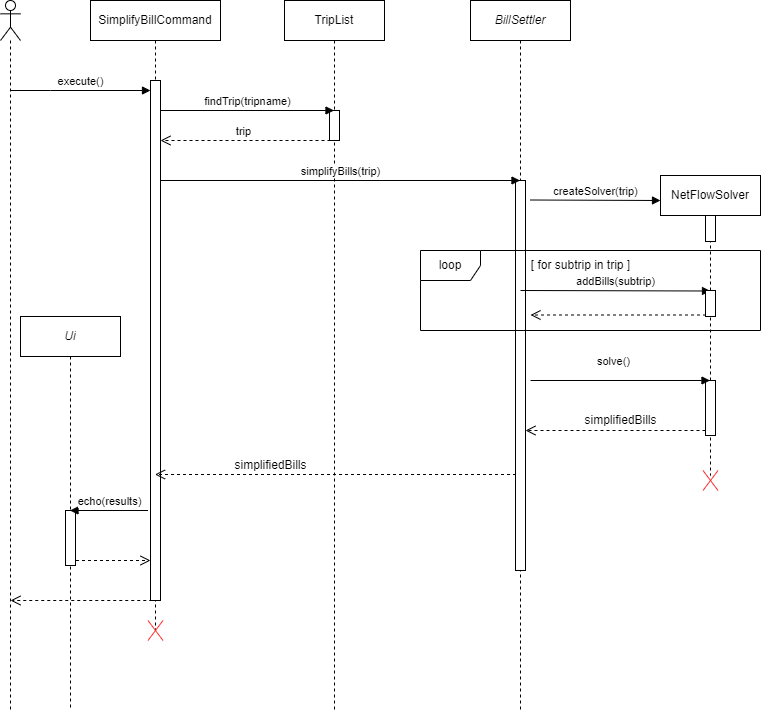
jthibault03/tp keeps this draw.io diagram as docs/diagrams/diag_simplify_bills.png. Above is the earlier version. Source tidied: cells renumbered, new cells last; positions are measured from the earlier drawing's top-left corner, leaving out a move shared by most shapes. Its diagram source:
```xml
<mxGraphModel>
  <root>
    <mxCell id="0" />
    <mxCell id="1" parent="0" />
    <mxCell id="2" value="TripList" style="shape=umlLifeline;perimeter=lifelinePerimeter;whiteSpace=wrap;html=1;outlineConnect=0;portConstraint=eastwest;newEdgeStyle={&quot;curved&quot;:0,&quot;rounded&quot;:0};" parent="1" vertex="1">
      <mxGeometry x="284" width="100" height="710" as="geometry" />
    </mxCell>
    <mxCell id="3" style="html=1;perimeter=orthogonalPerimeter;targetShapes=umlLifeline;newEdgeStyle={&quot;curved&quot;:0,&quot;rounded&quot;:0};" parent="2" vertex="1">
      <mxGeometry x="45" y="110" width="10" height="30" as="geometry" />
    </mxCell>
    <mxCell id="4" value="SimplifyBillCommand" style="shape=umlLifeline;perimeter=lifelinePerimeter;whiteSpace=wrap;html=1;outlineConnect=0;portConstraint=eastwest;newEdgeStyle={&quot;curved&quot;:0,&quot;rounded&quot;:0};" parent="1" vertex="1">
      <mxGeometry x="90" width="130" height="630" as="geometry" />
    </mxCell>
    <mxCell id="5" style="html=1;points=[[0,0,0,0,5],[0,1,0,0,-5],[1,0,0,0,5],[1,1,0,0,-5]];perimeter=orthogonalPerimeter;outlineConnect=0;targetShapes=umlLifeline;portConstraint=eastwest;newEdgeStyle={&quot;curved&quot;:0,&quot;rounded&quot;:0};" parent="4" vertex="1">
      <mxGeometry x="60" y="80" width="10" height="520" as="geometry" />
    </mxCell>
    <mxCell id="6" value="&lt;i&gt;BillSettler&lt;/i&gt;" style="shape=umlLifeline;perimeter=lifelinePerimeter;whiteSpace=wrap;html=1;newEdgeStyle={&quot;curved&quot;:0,&quot;rounded&quot;:0};" parent="1" vertex="1">
      <mxGeometry x="470" width="100" height="710" as="geometry" />
    </mxCell>
    <mxCell id="7" style="html=1;points=[[0,0,0,0,5],[0,1,0,0,-5],[1,0,0,0,5],[1,1,0,0,-5]];perimeter=orthogonalPerimeter;outlineConnect=0;targetShapes=umlLifeline;portConstraint=eastwest;newEdgeStyle={&quot;curved&quot;:0,&quot;rounded&quot;:0};" parent="6" vertex="1">
      <mxGeometry x="45" y="180" width="10" height="390" as="geometry" />
    </mxCell>
    <mxCell id="8" value="NetFlowSolver" style="shape=umlLifeline;perimeter=lifelinePerimeter;whiteSpace=wrap;html=1;outlineConnect=0;portConstraint=eastwest;newEdgeStyle={&quot;curved&quot;:0,&quot;rounded&quot;:0};" parent="1" vertex="1">
      <mxGeometry x="660" y="175" width="100" height="300" as="geometry" />
    </mxCell>
    <mxCell id="9" style="html=1;perimeter=orthogonalPerimeter;targetShapes=umlLifeline;newEdgeStyle={&quot;curved&quot;:0,&quot;rounded&quot;:0};" parent="8" vertex="1">
      <mxGeometry x="45" y="40" width="10" height="26" as="geometry" />
    </mxCell>
    <mxCell id="10" style="html=1;perimeter=orthogonalPerimeter;targetShapes=umlLifeline;newEdgeStyle={&quot;curved&quot;:0,&quot;rounded&quot;:0};" parent="8" vertex="1">
      <mxGeometry x="45" y="205" width="10" height="55" as="geometry" />
    </mxCell>
    <mxCell id="11" style="shape=umlLifeline;perimeter=lifelinePerimeter;whiteSpace=wrap;html=1;newEdgeStyle={&quot;curved&quot;:0,&quot;rounded&quot;:0};participant=umlActor;" parent="1" vertex="1">
      <mxGeometry width="20" height="710" as="geometry" />
    </mxCell>
    <mxCell id="12" value="execute()" style="html=1;verticalAlign=bottom;endArrow=block;curved=0;rounded=0;" parent="1" edge="1" target="5">
      <mxGeometry relative="1" as="geometry">
        <mxPoint x="10" y="90" as="sourcePoint" />
        <Array as="points">
          <mxPoint x="50" y="90" />
        </Array>
      </mxGeometry>
    </mxCell>
    <mxCell id="13" value="findTrip(tripname)" style="html=1;verticalAlign=bottom;endArrow=block;curved=0;rounded=0;" parent="1" edge="1" target="2">
      <mxGeometry relative="1" as="geometry">
        <mxPoint x="160" y="110" as="sourcePoint" />
      </mxGeometry>
    </mxCell>
    <mxCell id="14" value="trip" style="html=1;verticalAlign=bottom;endArrow=open;dashed=1;endSize=8;curved=0;rounded=0;" parent="1" edge="1">
      <mxGeometry x="0.03" relative="1" as="geometry">
        <mxPoint x="330" y="140" as="sourcePoint" />
        <mxPoint x="160" y="140" as="targetPoint" />
        <Array as="points">
          <mxPoint x="260" y="140" />
        </Array>
      </mxGeometry>
    </mxCell>
    <mxCell id="15" value="simplifyBills(trip)" style="html=1;verticalAlign=bottom;endArrow=block;curved=0;rounded=0;" parent="1" edge="1">
      <mxGeometry relative="1" as="geometry">
        <mxPoint x="160" y="180" as="sourcePoint" />
        <mxPoint x="519.5" y="180" as="targetPoint" />
      </mxGeometry>
    </mxCell>
    <mxCell id="16" value="createSolver(trip)" style="html=1;verticalAlign=bottom;endArrow=block;curved=0;rounded=0;" parent="1" edge="1">
      <mxGeometry relative="1" as="geometry">
        <mxPoint x="530" y="199.5" as="sourcePoint" />
        <mxPoint x="660" y="200" as="targetPoint" />
      </mxGeometry>
    </mxCell>
    <mxCell id="17" value="loop" style="shape=umlFrame;whiteSpace=wrap;html=1;" parent="1" vertex="1">
      <mxGeometry x="420" y="250" width="340" height="80" as="geometry" />
    </mxCell>
    <mxCell id="18" value="[ for subtrip in trip ]" style="text;html=1;align=center;verticalAlign=middle;strokeColor=none;fillColor=none;" parent="1" vertex="1">
      <mxGeometry x="520" y="250" width="120" height="30" as="geometry" />
    </mxCell>
    <mxCell id="19" value="addBills(subtrip)" style="html=1;verticalAlign=bottom;endArrow=block;curved=0;rounded=0;" parent="1" edge="1">
      <mxGeometry relative="1" as="geometry">
        <mxPoint x="520" y="290" as="sourcePoint" />
        <mxPoint x="710" y="290.5" as="targetPoint" />
      </mxGeometry>
    </mxCell>
    <mxCell id="20" style="html=1;perimeter=orthogonalPerimeter;targetShapes=umlLifeline;newEdgeStyle={&quot;curved&quot;:0,&quot;rounded&quot;:0};" parent="1" vertex="1">
      <mxGeometry x="705" y="290" width="10" height="26" as="geometry" />
    </mxCell>
    <mxCell id="21" style="html=1;verticalAlign=bottom;endArrow=open;dashed=1;endSize=8;curved=0;rounded=0;" parent="1" edge="1">
      <mxGeometry x="0.03" y="-10" relative="1" as="geometry">
        <mxPoint x="705.5" y="314.5" as="sourcePoint" />
        <mxPoint x="530" y="314.5" as="targetPoint" />
        <Array as="points">
          <mxPoint x="635.5" y="314.5" />
        </Array>
      </mxGeometry>
    </mxCell>
    <mxCell id="22" value="solve()" style="html=1;verticalAlign=bottom;endArrow=block;curved=0;rounded=0;" parent="1" edge="1" target="8">
      <mxGeometry x="-0.08" y="10" relative="1" as="geometry">
        <mxPoint x="530" y="380" as="sourcePoint" />
      </mxGeometry>
    </mxCell>
    <mxCell id="23" style="html=1;verticalAlign=bottom;endArrow=open;dashed=1;endSize=8;curved=0;rounded=0;" parent="1" edge="1" target="7">
      <mxGeometry x="0.03" y="-10" relative="1" as="geometry">
        <mxPoint x="705" y="430" as="sourcePoint" />
        <Array as="points">
          <mxPoint x="635" y="430" />
        </Array>
      </mxGeometry>
    </mxCell>
    <mxCell id="24" value="simplifiedBills" style="text;html=1;align=center;verticalAlign=middle;strokeColor=none;fillColor=none;" parent="1" vertex="1">
      <mxGeometry x="570" y="405" width="100" height="30" as="geometry" />
    </mxCell>
    <mxCell id="25" style="html=1;verticalAlign=bottom;endArrow=open;dashed=1;endSize=8;curved=0;rounded=0;" parent="1" edge="1" target="4">
      <mxGeometry x="0.03" y="-10" relative="1" as="geometry">
        <mxPoint x="515.5" y="474" as="sourcePoint" />
        <Array as="points">
          <mxPoint x="445.5" y="474" />
        </Array>
      </mxGeometry>
    </mxCell>
    <mxCell id="26" value="simplifiedBills" style="text;html=1;align=center;verticalAlign=middle;strokeColor=none;fillColor=none;" parent="1" vertex="1">
      <mxGeometry x="220" y="450" width="100" height="30" as="geometry" />
    </mxCell>
    <mxCell id="27" style="shape=umlDestroy;html=1;strokeColor=#FF3333;" parent="1" vertex="1">
      <mxGeometry x="702.5" y="470" width="15" height="20" as="geometry" />
    </mxCell>
    <mxCell id="28" style="shape=umlDestroy;html=1;strokeColor=#FF3333;" parent="1" vertex="1">
      <mxGeometry x="147.5" y="620" width="15" height="20" as="geometry" />
    </mxCell>
    <mxCell id="29" value="&lt;i&gt;Ui&lt;/i&gt;" style="shape=umlLifeline;perimeter=lifelinePerimeter;whiteSpace=wrap;html=1;outlineConnect=0;portConstraint=eastwest;newEdgeStyle={&quot;curved&quot;:0,&quot;rounded&quot;:0};" parent="1" vertex="1">
      <mxGeometry x="20" y="316" width="100" height="394" as="geometry" />
    </mxCell>
    <mxCell id="30" style="html=1;perimeter=orthogonalPerimeter;targetShapes=umlLifeline;newEdgeStyle={&quot;curved&quot;:0,&quot;rounded&quot;:0};" parent="29" vertex="1">
      <mxGeometry x="45" y="194" width="10" height="55" as="geometry" />
    </mxCell>
    <mxCell id="31" value="echo(results)" style="html=1;verticalAlign=bottom;endArrow=block;curved=0;rounded=0;" parent="1" edge="1" target="29">
      <mxGeometry relative="1" as="geometry">
        <mxPoint x="147.5" y="510" as="sourcePoint" />
      </mxGeometry>
    </mxCell>
    <mxCell id="32" style="html=1;verticalAlign=bottom;endArrow=open;dashed=1;endSize=8;curved=0;rounded=0;" parent="1" edge="1" target="5">
      <mxGeometry x="0.03" y="-10" relative="1" as="geometry">
        <mxPoint x="75.5" y="560" as="sourcePoint" />
      </mxGeometry>
    </mxCell>
    <mxCell id="33" style="html=1;verticalAlign=bottom;endArrow=open;dashed=1;endSize=8;curved=0;rounded=0;" parent="1" edge="1">
      <mxGeometry x="0.03" y="-10" relative="1" as="geometry">
        <mxPoint x="157.8" y="600" as="sourcePoint" />
        <mxPoint x="10" y="600" as="targetPoint" />
        <Array as="points">
          <mxPoint x="87.8" y="600" />
        </Array>
      </mxGeometry>
    </mxCell>
  </root>
</mxGraphModel>
```
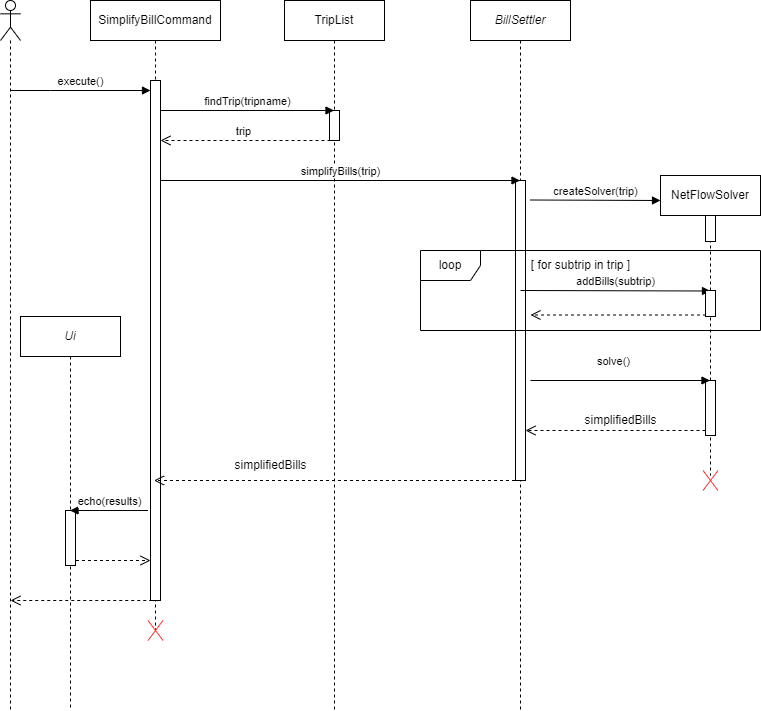
The same diagram one commit later.

The edit, as a diff of the source:
```diff
@@ -18,7 +18,7 @@
       <mxGeometry x="470" width="100" height="710" as="geometry" />
     </mxCell>
     <mxCell id="7" style="html=1;points=[[0,0,0,0,5],[0,1,0,0,-5],[1,0,0,0,5],[1,1,0,0,-5]];perimeter=orthogonalPerimeter;outlineConnect=0;targetShapes=umlLifeline;portConstraint=eastwest;newEdgeStyle={&quot;curved&quot;:0,&quot;rounded&quot;:0};" parent="6" vertex="1">
-      <mxGeometry x="45" y="180" width="10" height="390" as="geometry" />
+      <mxGeometry x="45" y="180" width="10" height="300" as="geometry" />
     </mxCell>
     <mxCell id="8" value="NetFlowSolver" style="shape=umlLifeline;perimeter=lifelinePerimeter;whiteSpace=wrap;html=1;outlineConnect=0;portConstraint=eastwest;newEdgeStyle={&quot;curved&quot;:0,&quot;rounded&quot;:0};" parent="1" vertex="1">
       <mxGeometry x="660" y="175" width="100" height="300" as="geometry" />
@@ -106,11 +106,12 @@
     <mxCell id="24" value="simplifiedBills" style="text;html=1;align=center;verticalAlign=middle;strokeColor=none;fillColor=none;" parent="1" vertex="1">
       <mxGeometry x="570" y="405" width="100" height="30" as="geometry" />
     </mxCell>
-    <mxCell id="25" style="html=1;verticalAlign=bottom;endArrow=open;dashed=1;endSize=8;curved=0;rounded=0;" parent="1" edge="1" target="4">
+    <mxCell id="25" style="html=1;verticalAlign=bottom;endArrow=open;dashed=1;endSize=8;curved=0;rounded=0;" parent="1" edge="1">
       <mxGeometry x="0.03" y="-10" relative="1" as="geometry">
-        <mxPoint x="515.5" y="474" as="sourcePoint" />
+        <mxPoint x="514.5" y="480" as="sourcePoint" />
+        <mxPoint x="153.5" y="480" as="targetPoint" />
         <Array as="points">
-          <mxPoint x="445.5" y="474" />
+          <mxPoint x="444.5" y="480" />
         </Array>
       </mxGeometry>
     </mxCell>
```
